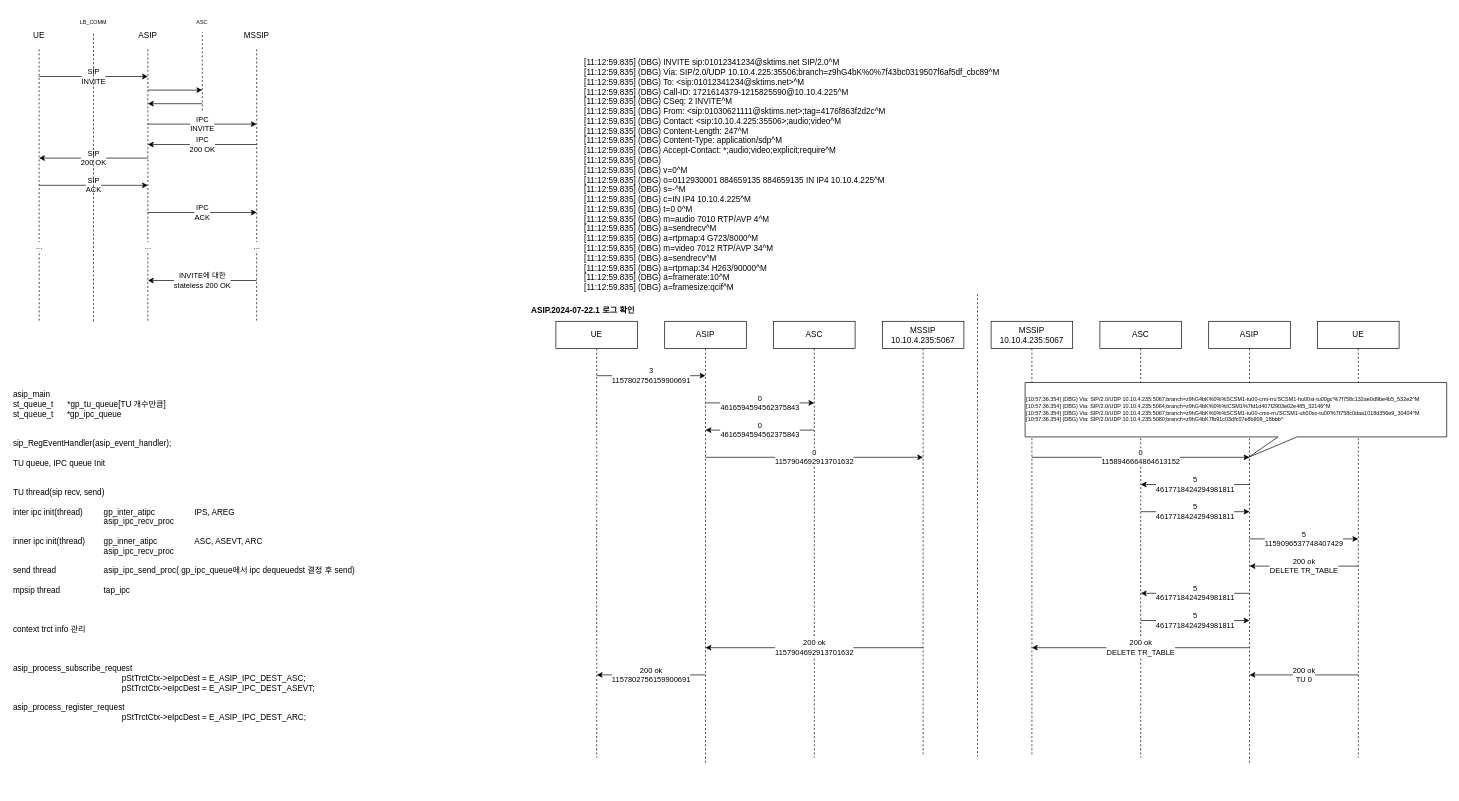
Above: ATIPC.drawio in JaeHyeon774/NEWTIL (draw.io), before the change. Source tidied: cells renumbered, new cells numbered last; positions are measured from the earlier drawing's top-left corner, leaving out a move shared by most shapes. Both pictures are drawn from the tidied source at 68%, with x=0, y=0 at pixel (12, 12).
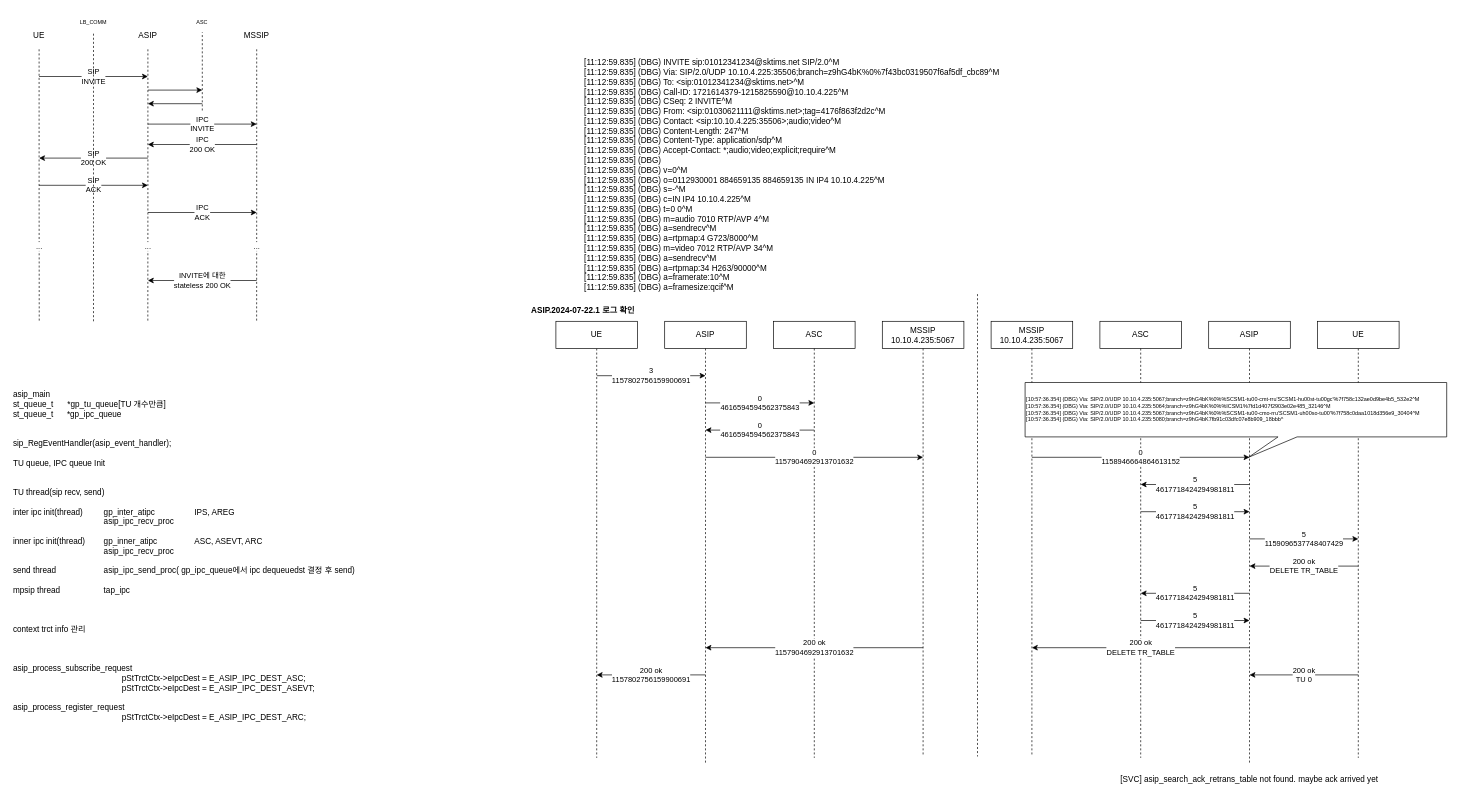
The same diagram, later.

Change to the diagram source:
```diff
@@
+    <mxCell id="57" value="[SVC] asip_search_ack_retrans_table not found.&amp;nbsp;maybe ack arrived yet" style="text;html=1;align=center;verticalAlign=middle;whiteSpace=wrap;rounded=0;" parent="1" vertex="1">
+      <mxGeometry x="1625" y="1114" width="390" height="30" as="geometry" />
+    </mxCell>
```
